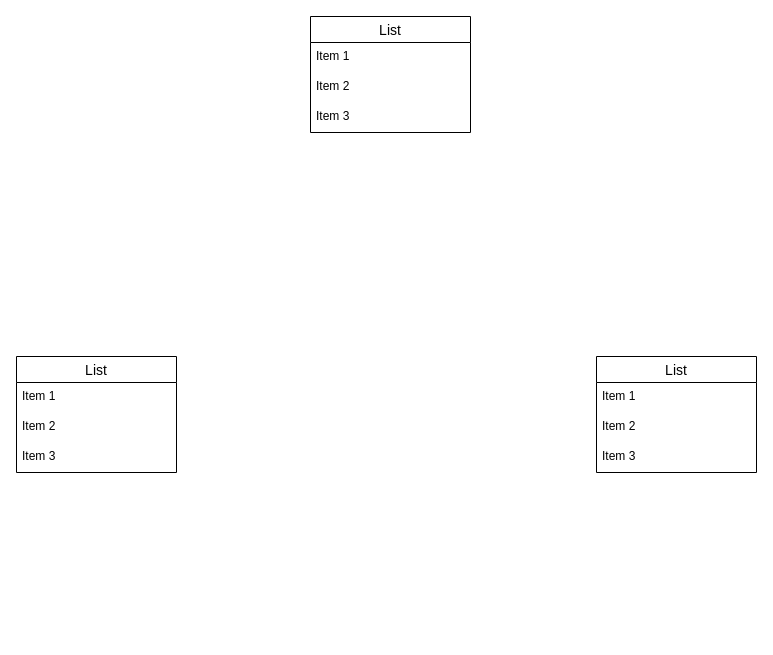
The draw.io diagram furima-40823.dio in calamelmaiku/furima-40823, before the edit. Source tidied: cells renumbered, new cells numbered last; positions are measured from the earlier drawing's top-left corner, leaving out a move shared by most shapes. Both pictures are drawn from the tidied source at 100%, with x=0, y=0 at pixel (16, 16).
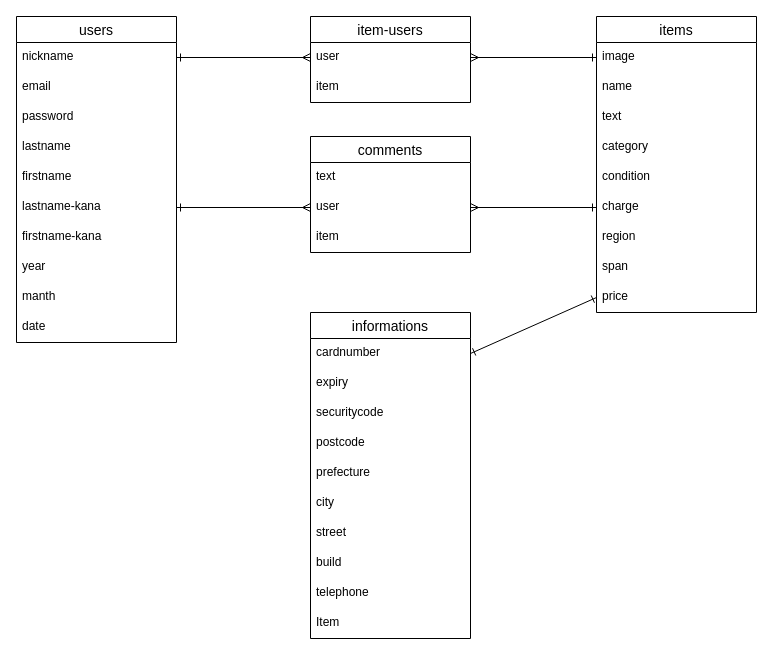
The same diagram, later.

What changed in the source:
```diff
@@
-    <mxCell id="2" value="List" style="swimlane;fontStyle=0;horizontal=1;startSize=26;align=center;fontSize=14;" parent="1" vertex="1">
-      <mxGeometry x="294" width="160" height="116" as="geometry" />
+    <mxCell id="2" value="items" style="swimlane;fontStyle=0;horizontal=1;startSize=26;align=center;fontSize=14;" parent="1" vertex="1">
+      <mxGeometry x="580" width="160" height="296" as="geometry" />
     </mxCell>
-    <mxCell id="3" value="Item 1" style="text;strokeColor=none;fillColor=none;spacingLeft=4;spacingRight=4;overflow=hidden;points=[[0,0.5],[1,0.5]];portConstraint=eastwest;fontSize=12;" parent="2" vertex="1">
+    <mxCell id="3" value="image" style="text;strokeColor=none;fillColor=none;spacingLeft=4;spacingRight=4;overflow=hidden;points=[[0,0.5],[1,0.5]];portConstraint=eastwest;fontSize=12;" parent="2" vertex="1">
       <mxGeometry y="26" width="160" height="30" as="geometry" />
     </mxCell>
-    <mxCell id="4" value="Item 2" style="text;strokeColor=none;fillColor=none;spacingLeft=4;spacingRight=4;overflow=hidden;fontSize=12;" parent="2" vertex="1">
+    <mxCell id="4" value="name" style="text;strokeColor=none;fillColor=none;spacingLeft=4;spacingRight=4;overflow=hidden;fontSize=12;" parent="2" vertex="1">
       <mxGeometry y="56" width="160" height="30" as="geometry" />
     </mxCell>
+    <mxCell id="14" value="text" style="text;strokeColor=none;fillColor=none;spacingLeft=4;spacingRight=4;overflow=hidden;fontSize=12;" parent="2" vertex="1">
+      <mxGeometry y="86" width="160" height="30" as="geometry" />
+    </mxCell>
+    <mxCell id="15" value="category" style="text;strokeColor=none;fillColor=none;spacingLeft=4;spacingRight=4;overflow=hidden;fontSize=12;" parent="2" vertex="1">
+      <mxGeometry y="116" width="160" height="30" as="geometry" />
+    </mxCell>
+    <mxCell id="16" value="condition" style="text;strokeColor=none;fillColor=none;spacingLeft=4;spacingRight=4;overflow=hidden;fontSize=12;" parent="2" vertex="1">
+      <mxGeometry y="146" width="160" height="30" as="geometry" />
+    </mxCell>
+    <mxCell id="17" value="charge" style="text;strokeColor=none;fillColor=none;spacingLeft=4;spacingRight=4;overflow=hidden;points=[[0,0.5],[1,0.5]];portConstraint=eastwest;fontSize=12;" parent="2" vertex="1">
+      <mxGeometry y="176" width="160" height="30" as="geometry" />
+    </mxCell>
+    <mxCell id="18" value="region" style="text;strokeColor=none;fillColor=none;spacingLeft=4;spacingRight=4;overflow=hidden;fontSize=12;" parent="2" vertex="1">
+      <mxGeometry y="206" width="160" height="30" as="geometry" />
+    </mxCell>
+    <mxCell id="19" value="span" style="text;strokeColor=none;fillColor=none;spacingLeft=4;spacingRight=4;overflow=hidden;fontSize=12;" parent="2" vertex="1">
+      <mxGeometry y="236" width="160" height="30" as="geometry" />
+    </mxCell>
-    <mxCell id="5" value="Item 3" style="text;strokeColor=none;fillColor=none;spacingLeft=4;spacingRight=4;overflow=hidden;points=[[0,0.5],[1,0.5]];portConstraint=eastwest;fontSize=12;" parent="2" vertex="1">
-      <mxGeometry y="86" width="160" height="30" as="geometry" />
+    <mxCell id="5" value="price" style="text;strokeColor=none;fillColor=none;spacingLeft=4;spacingRight=4;overflow=hidden;points=[[0,0.5],[1,0.5]];portConstraint=eastwest;fontSize=12;" parent="2" vertex="1">
+      <mxGeometry y="266" width="160" height="30" as="geometry" />
     </mxCell>
-    <mxCell id="6" value="List" style="swimlane;fontStyle=0;horizontal=1;startSize=26;align=center;fontSize=14;" parent="1" vertex="1">
-      <mxGeometry y="340" width="160" height="116" as="geometry" />
+    <mxCell id="6" value="comments" style="swimlane;fontStyle=0;horizontal=1;startSize=26;align=center;fontSize=14;" parent="1" vertex="1">
+      <mxGeometry x="294" y="120" width="160" height="116" as="geometry" />
     </mxCell>
-    <mxCell id="7" value="Item 1" style="text;strokeColor=none;fillColor=none;spacingLeft=4;spacingRight=4;overflow=hidden;fontSize=12;" parent="6" vertex="1">
+    <mxCell id="7" value="text" style="text;strokeColor=none;fillColor=none;spacingLeft=4;spacingRight=4;overflow=hidden;fontSize=12;" parent="6" vertex="1">
       <mxGeometry y="26" width="160" height="30" as="geometry" />
     </mxCell>
-    <mxCell id="8" value="Item 2" style="text;strokeColor=none;fillColor=none;spacingLeft=4;spacingRight=4;overflow=hidden;points=[[0,0.5],[1,0.5]];portConstraint=eastwest;fontSize=12;" parent="6" vertex="1">
+    <mxCell id="8" value="user" style="text;strokeColor=none;fillColor=none;spacingLeft=4;spacingRight=4;overflow=hidden;points=[[0,0.5],[1,0.5]];portConstraint=eastwest;fontSize=12;" parent="6" vertex="1">
       <mxGeometry y="56" width="160" height="30" as="geometry" />
     </mxCell>
-    <mxCell id="9" value="Item 3" style="text;strokeColor=none;fillColor=none;spacingLeft=4;spacingRight=4;overflow=hidden;fontSize=12;" parent="6" vertex="1">
+    <mxCell id="9" value="item" style="text;strokeColor=none;fillColor=none;spacingLeft=4;spacingRight=4;overflow=hidden;fontSize=12;" parent="6" vertex="1">
       <mxGeometry y="86" width="160" height="30" as="geometry" />
     </mxCell>
-    <mxCell id="10" value="List" style="swimlane;fontStyle=0;horizontal=1;startSize=26;align=center;fontSize=14;" parent="1" vertex="1">
-      <mxGeometry x="580" y="340" width="160" height="116" as="geometry" />
+    <mxCell id="10" value="informations" style="swimlane;fontStyle=0;horizontal=1;startSize=26;align=center;fontSize=14;" parent="1" vertex="1">
+      <mxGeometry x="294" y="296" width="160" height="326" as="geometry" />
     </mxCell>
-    <mxCell id="11" value="Item 1" style="text;strokeColor=none;fillColor=none;spacingLeft=4;spacingRight=4;overflow=hidden;points=[[0,0.5],[1,0.5]];portConstraint=eastwest;fontSize=12;" parent="10" vertex="1">
+    <mxCell id="11" value="cardnumber" style="text;strokeColor=none;fillColor=none;spacingLeft=4;spacingRight=4;overflow=hidden;points=[[0,0.5],[1,0.5]];portConstraint=eastwest;fontSize=12;" parent="10" vertex="1">
       <mxGeometry y="26" width="160" height="30" as="geometry" />
     </mxCell>
+    <mxCell id="20" value="expiry" style="text;strokeColor=none;fillColor=none;spacingLeft=4;spacingRight=4;overflow=hidden;fontSize=12;" parent="10" vertex="1">
+      <mxGeometry y="56" width="160" height="30" as="geometry" />
+    </mxCell>
-    <mxCell id="12" value="Item 2" style="text;strokeColor=none;fillColor=none;spacingLeft=4;spacingRight=4;overflow=hidden;fontSize=12;" parent="10" vertex="1">
-      <mxGeometry y="56" width="160" height="30" as="geometry" />
+    <mxCell id="12" value="securitycode" style="text;strokeColor=none;fillColor=none;spacingLeft=4;spacingRight=4;overflow=hidden;fontSize=12;" parent="10" vertex="1">
+      <mxGeometry y="86" width="160" height="30" as="geometry" />
     </mxCell>
+    <mxCell id="21" value="postcode" style="text;strokeColor=none;fillColor=none;spacingLeft=4;spacingRight=4;overflow=hidden;fontSize=12;" parent="10" vertex="1">
+      <mxGeometry y="116" width="160" height="30" as="geometry" />
+    </mxCell>
+    <mxCell id="22" value="prefecture" style="text;strokeColor=none;fillColor=none;spacingLeft=4;spacingRight=4;overflow=hidden;fontSize=12;" parent="10" vertex="1">
+      <mxGeometry y="146" width="160" height="30" as="geometry" />
+    </mxCell>
+    <mxCell id="23" value="city" style="text;strokeColor=none;fillColor=none;spacingLeft=4;spacingRight=4;overflow=hidden;fontSize=12;" parent="10" vertex="1">
+      <mxGeometry y="176" width="160" height="30" as="geometry" />
+    </mxCell>
+    <mxCell id="24" value="street" style="text;strokeColor=none;fillColor=none;spacingLeft=4;spacingRight=4;overflow=hidden;fontSize=12;" parent="10" vertex="1">
+      <mxGeometry y="206" width="160" height="30" as="geometry" />
+    </mxCell>
+    <mxCell id="25" value="build" style="text;strokeColor=none;fillColor=none;spacingLeft=4;spacingRight=4;overflow=hidden;fontSize=12;" parent="10" vertex="1">
+      <mxGeometry y="236" width="160" height="30" as="geometry" />
+    </mxCell>
-    <mxCell id="13" value="Item 3" style="text;strokeColor=none;fillColor=none;spacingLeft=4;spacingRight=4;overflow=hidden;fontSize=12;" parent="10" vertex="1">
-      <mxGeometry y="86" width="160" height="30" as="geometry" />
+    <mxCell id="13" value="telephone" style="text;strokeColor=none;fillColor=none;spacingLeft=4;spacingRight=4;overflow=hidden;fontSize=12;" parent="10" vertex="1">
+      <mxGeometry y="266" width="160" height="30" as="geometry" />
     </mxCell>
+    <mxCell id="26" value="Item" style="text;strokeColor=none;fillColor=none;spacingLeft=4;spacingRight=4;overflow=hidden;fontSize=12;" parent="10" vertex="1">
+      <mxGeometry y="296" width="160" height="30" as="geometry" />
+    </mxCell>
+    <mxCell id="27" value="users" style="swimlane;fontStyle=0;horizontal=1;startSize=26;align=center;fontSize=14;" parent="1" vertex="1">
+      <mxGeometry width="160" height="326" as="geometry" />
+    </mxCell>
+    <mxCell id="28" value="nickname" style="text;strokeColor=none;fillColor=none;spacingLeft=4;spacingRight=4;overflow=hidden;points=[[0,0.5],[1,0.5]];portConstraint=eastwest;fontSize=12;" parent="27" vertex="1">
+      <mxGeometry y="26" width="160" height="30" as="geometry" />
+    </mxCell>
+    <mxCell id="29" value="email" style="text;strokeColor=none;fillColor=none;spacingLeft=4;spacingRight=4;overflow=hidden;fontSize=12;" parent="27" vertex="1">
+      <mxGeometry y="56" width="160" height="30" as="geometry" />
+    </mxCell>
+    <mxCell id="30" value="password" style="text;strokeColor=none;fillColor=none;spacingLeft=4;spacingRight=4;overflow=hidden;fontSize=12;" parent="27" vertex="1">
+      <mxGeometry y="86" width="160" height="30" as="geometry" />
+    </mxCell>
+    <mxCell id="31" value="lastname" style="text;strokeColor=none;fillColor=none;spacingLeft=4;spacingRight=4;overflow=hidden;fontSize=12;" parent="27" vertex="1">
+      <mxGeometry y="116" width="160" height="30" as="geometry" />
+    </mxCell>
+    <mxCell id="32" value="firstname" style="text;strokeColor=none;fillColor=none;spacingLeft=4;spacingRight=4;overflow=hidden;fontSize=12;" parent="27" vertex="1">
+      <mxGeometry y="146" width="160" height="30" as="geometry" />
+    </mxCell>
+    <mxCell id="33" value="lastname-kana" style="text;strokeColor=none;fillColor=none;spacingLeft=4;spacingRight=4;overflow=hidden;points=[[0,0.5],[1,0.5]];portConstraint=eastwest;fontSize=12;" parent="27" vertex="1">
+      <mxGeometry y="176" width="160" height="30" as="geometry" />
+    </mxCell>
+    <mxCell id="34" value="firstname-kana" style="text;strokeColor=none;fillColor=none;spacingLeft=4;spacingRight=4;overflow=hidden;fontSize=12;" parent="27" vertex="1">
+      <mxGeometry y="206" width="160" height="30" as="geometry" />
+    </mxCell>
+    <mxCell id="35" value="year" style="text;strokeColor=none;fillColor=none;spacingLeft=4;spacingRight=4;overflow=hidden;fontSize=12;" parent="27" vertex="1">
+      <mxGeometry y="236" width="160" height="30" as="geometry" />
+    </mxCell>
+    <mxCell id="36" value="manth" style="text;strokeColor=none;fillColor=none;spacingLeft=4;spacingRight=4;overflow=hidden;fontSize=12;" parent="27" vertex="1">
+      <mxGeometry y="266" width="160" height="30" as="geometry" />
+    </mxCell>
+    <mxCell id="37" value="date" style="text;strokeColor=none;fillColor=none;spacingLeft=4;spacingRight=4;overflow=hidden;fontSize=12;" parent="27" vertex="1">
+      <mxGeometry y="296" width="160" height="30" as="geometry" />
+    </mxCell>
+    <mxCell id="38" value="item-users" style="swimlane;fontStyle=0;horizontal=1;startSize=26;align=center;fontSize=14;" parent="1" vertex="1">
+      <mxGeometry x="294" width="160" height="86" as="geometry" />
+    </mxCell>
+    <mxCell id="39" value="user" style="text;strokeColor=none;fillColor=none;spacingLeft=4;spacingRight=4;overflow=hidden;points=[[0,0.5],[1,0.5]];portConstraint=eastwest;fontSize=12;" parent="38" vertex="1">
+      <mxGeometry y="26" width="160" height="30" as="geometry" />
+    </mxCell>
+    <mxCell id="40" value="item" style="text;strokeColor=none;fillColor=none;spacingLeft=4;spacingRight=4;overflow=hidden;fontSize=12;" parent="38" vertex="1">
+      <mxGeometry y="56" width="160" height="30" as="geometry" />
+    </mxCell>
+    <mxCell id="41" style="edgeStyle=none;html=1;exitX=1;exitY=0.5;exitDx=0;exitDy=0;entryX=0;entryY=0.5;entryDx=0;entryDy=0;startArrow=ERone;startFill=0;endArrow=ERmany;endFill=0;" parent="1" edge="1" source="28" target="39">
+      <mxGeometry relative="1" as="geometry" />
+    </mxCell>
+    <mxCell id="42" style="edgeStyle=none;html=1;exitX=1;exitY=0.5;exitDx=0;exitDy=0;entryX=0;entryY=0.5;entryDx=0;entryDy=0;startArrow=ERmany;startFill=0;endArrow=ERone;endFill=0;" parent="1" edge="1" source="39" target="3">
+      <mxGeometry relative="1" as="geometry" />
+    </mxCell>
+    <mxCell id="43" style="edgeStyle=none;html=1;exitX=1;exitY=0.5;exitDx=0;exitDy=0;entryX=0;entryY=0.5;entryDx=0;entryDy=0;startArrow=ERone;startFill=0;endArrow=ERmany;endFill=0;" parent="1" edge="1" source="33" target="8">
+      <mxGeometry relative="1" as="geometry" />
+    </mxCell>
+    <mxCell id="44" style="edgeStyle=none;html=1;exitX=1;exitY=0.5;exitDx=0;exitDy=0;entryX=0;entryY=0.5;entryDx=0;entryDy=0;endArrow=ERone;endFill=0;startArrow=ERmany;startFill=0;" parent="1" edge="1" source="8" target="17">
+      <mxGeometry relative="1" as="geometry" />
+    </mxCell>
+    <mxCell id="45" style="edgeStyle=none;html=1;exitX=1;exitY=0.5;exitDx=0;exitDy=0;entryX=0;entryY=0.5;entryDx=0;entryDy=0;endArrow=ERone;endFill=0;startArrow=ERone;startFill=0;" parent="1" edge="1" source="11" target="5">
+      <mxGeometry relative="1" as="geometry" />
+    </mxCell>
```
